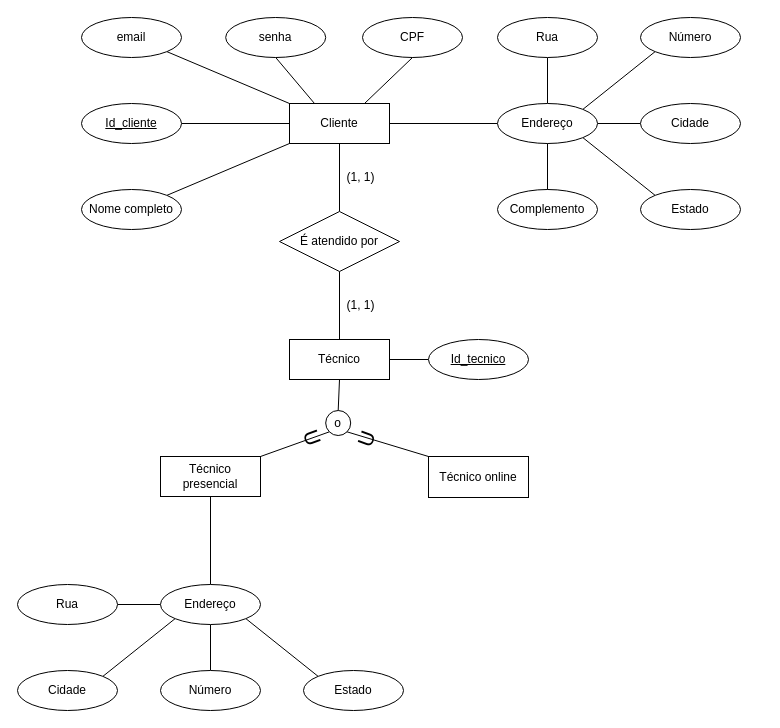
felipepmoreno/Tech-assistanceSoftware keeps this draw.io diagram as page "Diagrama ER" (2 of 4) of Project diagrams and requirements/Tech assistance.drawio. Above is the earlier version. Source tidied: cells renumbered, new cells numbered last; positions are measured from the earlier drawing's top-left corner, leaving out a move shared by most shapes. Both pictures are drawn from the tidied source at 100%, with x=0, y=0 at pixel (17, 17).
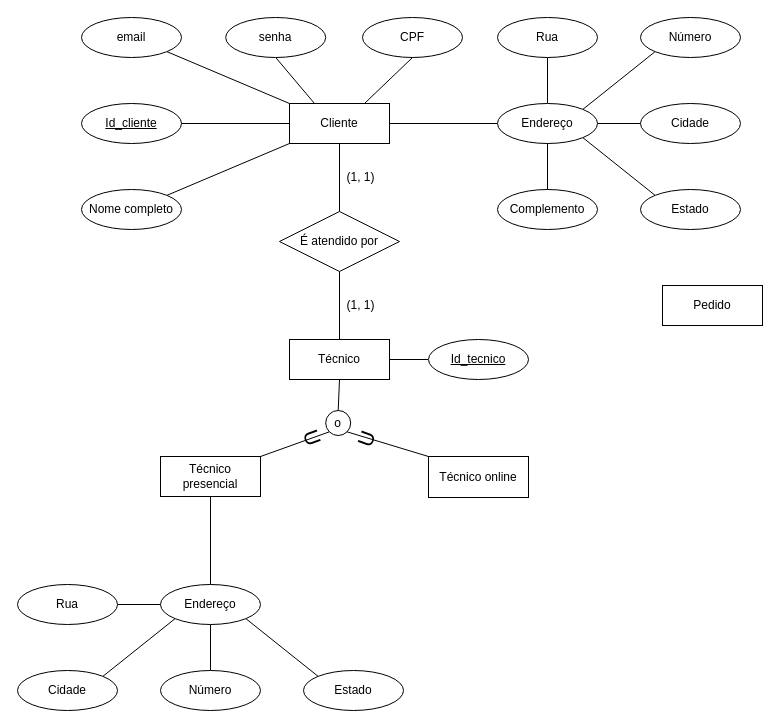
After the change.

The edit, as a diff of the source:
```diff
@@
+    <mxCell id="51" value="Pedido" style="whiteSpace=wrap;html=1;align=center;" parent="1" vertex="1">
+      <mxGeometry x="645" y="268" width="100" height="40" as="geometry" />
+    </mxCell>
```
